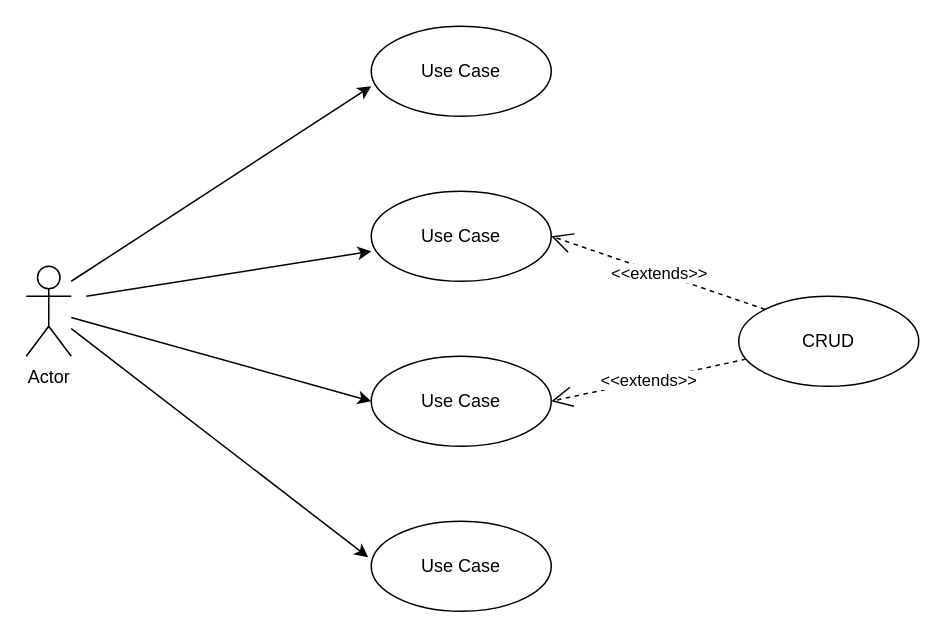
Above: CasoUso_SGTP.drawio in SAMUKISZHSD/Draw.io (draw.io), before the change. Source tidied: cells renumbered, new cells numbered last; positions are measured from the earlier drawing's top-left corner, leaving out a move shared by most shapes. Both pictures are drawn from the tidied source at 150%, with x=0, y=0 at pixel (26, 26).
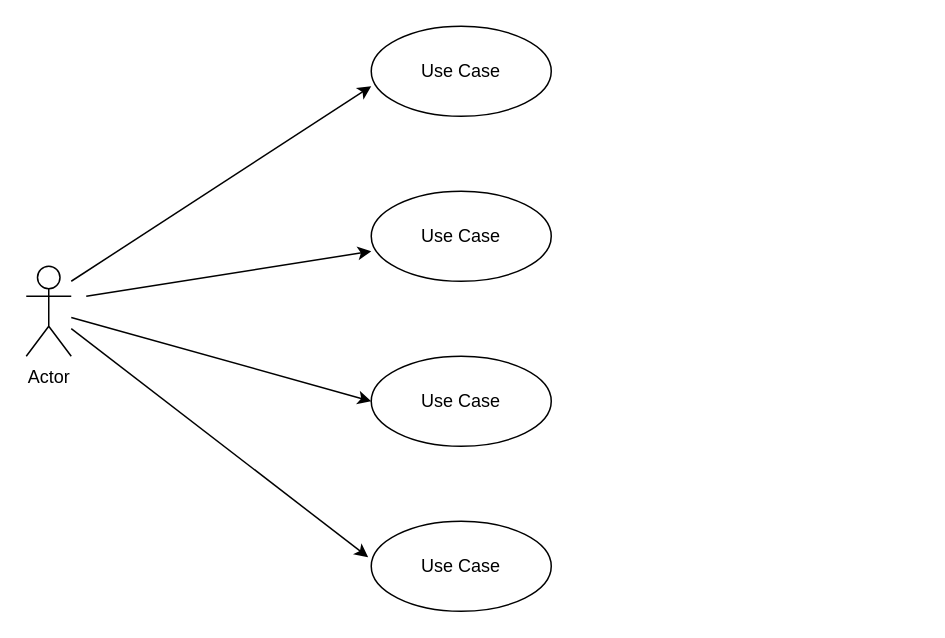
After the change.

Diff of the diagram source:
```diff
@@
 <mxGraphModel>
   <root>
     <mxCell id="0" />
     <mxCell id="1" parent="0" />
     <mxCell id="2" value="Actor" style="shape=umlActor;verticalLabelPosition=bottom;verticalAlign=top;html=1;outlineConnect=0;" parent="1" vertex="1">
       <mxGeometry y="160" width="30" height="60" as="geometry" />
     </mxCell>
     <mxCell id="3" value="Use Case" style="ellipse;whiteSpace=wrap;html=1;" parent="1" vertex="1">
       <mxGeometry x="230" width="120" height="60" as="geometry" />
     </mxCell>
     <mxCell id="4" value="Use Case" style="ellipse;whiteSpace=wrap;html=1;" parent="1" vertex="1">
       <mxGeometry x="230" y="110" width="120" height="60" as="geometry" />
     </mxCell>
     <mxCell id="5" value="Use Case" style="ellipse;whiteSpace=wrap;html=1;" parent="1" vertex="1">
       <mxGeometry x="230" y="220" width="120" height="60" as="geometry" />
     </mxCell>
     <mxCell id="6" value="Use Case" style="ellipse;whiteSpace=wrap;html=1;" parent="1" vertex="1">
       <mxGeometry x="230" y="330" width="120" height="60" as="geometry" />
     </mxCell>
-    <mxCell id="7" value="CRUD" style="ellipse;whiteSpace=wrap;html=1;" parent="1" vertex="1">
-      <mxGeometry x="475" y="180" width="120" height="60" as="geometry" />
-    </mxCell>
-    <mxCell id="8" value="&amp;lt;&amp;lt;extends&amp;gt;&amp;gt;" style="endArrow=open;endSize=12;dashed=1;html=1;rounded=0;entryX=1;entryY=0.5;entryDx=0;entryDy=0;exitX=0;exitY=0;exitDx=0;exitDy=0;" parent="1" edge="1" source="7" target="4">
-      <mxGeometry relative="1" as="geometry" />
-    </mxCell>
-    <mxCell id="9" value="&amp;lt;&amp;lt;extends&amp;gt;&amp;gt;" style="endArrow=open;endSize=12;dashed=1;html=1;rounded=0;entryX=1;entryY=0.5;entryDx=0;entryDy=0;" parent="1" edge="1" source="7">
-      <mxGeometry relative="1" as="geometry">
-        <mxPoint x="350" y="250" as="targetPoint" />
-      </mxGeometry>
-    </mxCell>
     <mxCell id="10" style="endArrow=classic;html=1;rounded=0;entryX=0;entryY=0.667;entryDx=0;entryDy=0;entryPerimeter=0;" parent="1" edge="1" target="3">
       <mxGeometry relative="1" as="geometry">
         <mxPoint x="30" y="170" as="sourcePoint" />
       </mxGeometry>
     </mxCell>
     <mxCell id="11" style="endArrow=classic;html=1;rounded=0;entryX=0;entryY=0.667;entryDx=0;entryDy=0;entryPerimeter=0;" parent="1" edge="1" target="4">
       <mxGeometry relative="1" as="geometry">
         <mxPoint x="40" y="180" as="sourcePoint" />
       </mxGeometry>
     </mxCell>
     <mxCell id="12" style="endArrow=classic;html=1;rounded=0;entryX=0;entryY=0.5;entryDx=0;entryDy=0;" parent="1" edge="1" source="2" target="5">
       <mxGeometry relative="1" as="geometry" />
     </mxCell>
     <mxCell id="13" style="endArrow=classic;html=1;rounded=0;entryX=-0.017;entryY=0.4;entryDx=0;entryDy=0;entryPerimeter=0;" parent="1" edge="1" source="2" target="6">
       <mxGeometry relative="1" as="geometry" />
     </mxCell>
   </root>
 </mxGraphModel>
```
